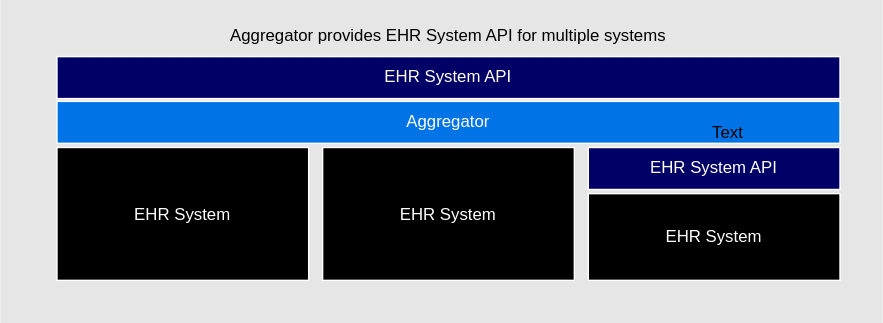
The draw.io diagram input/images/deployment-options-aggregator.drawio.svg in euridice-org/eu-health-data-api, before a commit. Source tidied: cells renumbered, new cells last; positions are measured from the earlier drawing's top-left corner, leaving out a move shared by most shapes.
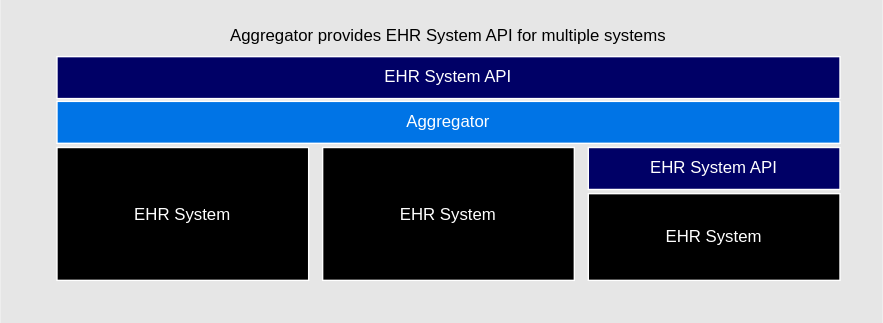
Above is the later version.

Change to the diagram source:
```diff
@@ -23,9 +23,6 @@
     <mxCell id="8" value="&lt;font color=&quot;#ffffff&quot;&gt;EHR System API&lt;/font&gt;" style="whiteSpace=wrap;html=1;strokeColor=#FFFFFF;fillColor=#000066;" parent="1" vertex="1">
       <mxGeometry x="420" y="105" width="180" height="30" as="geometry" />
     </mxCell>
-    <mxCell id="9" value="Text" style="text;html=1;align=center;verticalAlign=middle;whiteSpace=wrap;rounded=0;" parent="1" vertex="1">
-      <mxGeometry x="490" y="80" width="60" height="30" as="geometry" />
-    </mxCell>
     <mxCell id="10" value="Aggregator provides EHR System API for multiple systems" style="text;html=1;align=center;verticalAlign=middle;whiteSpace=wrap;rounded=0;" parent="1" vertex="1">
       <mxGeometry x="40" y="10" width="560" height="30" as="geometry" />
     </mxCell>
```
